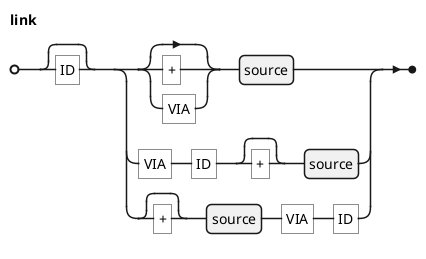
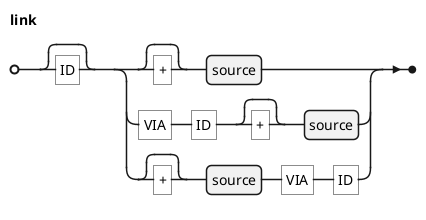
@startebnf
' border and background
skinparam legendBorderColor transparent
skinparam legendBackgroundColor white

'title link

- link = ["ID"], ([("+" | "VIA")], source
+ link = ["ID"], (["+"], source
  | "VIA", "ID", ["+"], source
  | ["+"], source, "VIA", "ID")
;

@endebnf
